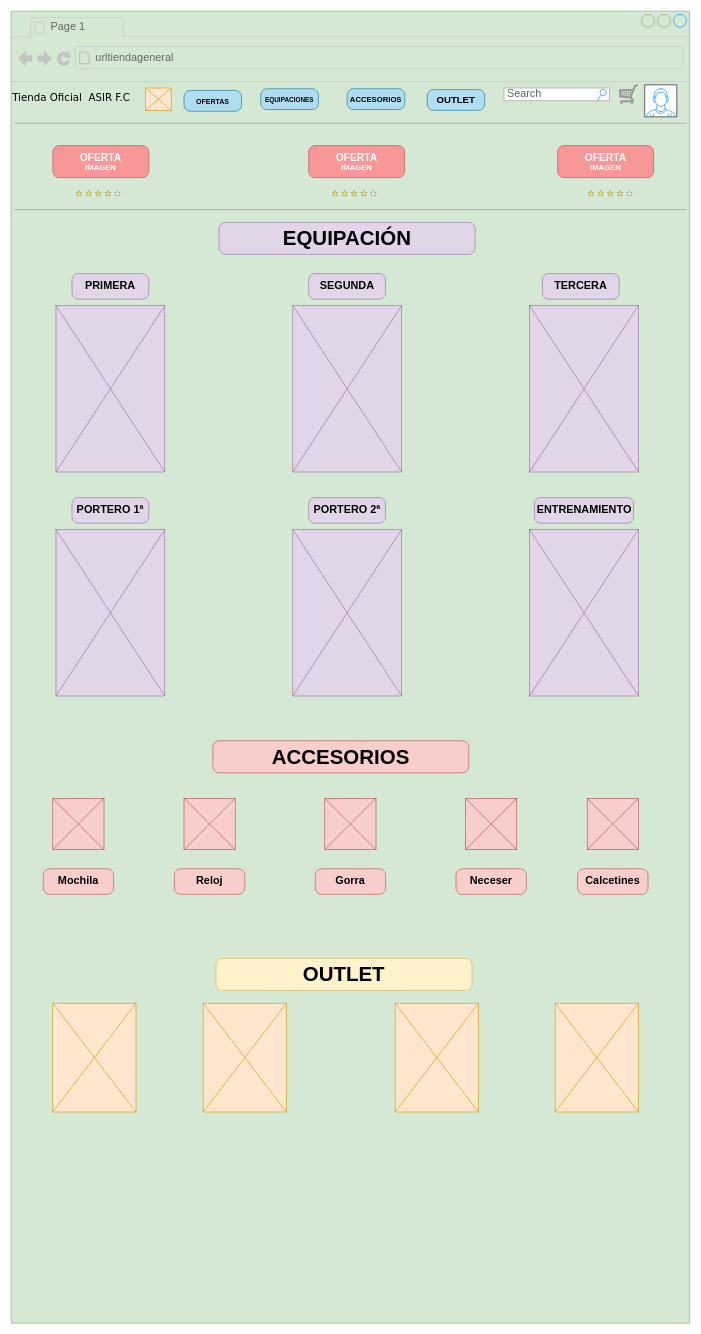
jaime37/DRAWS keeps this draw.io diagram as mockups.drawio. Above is the earlier version. Source tidied: cells renumbered, new cells numbered last; positions are measured from the earlier drawing's top-left corner, leaving out a move shared by most shapes. Both pictures are drawn from the tidied source at 64%, with x=0, y=0 at pixel (11, 11).
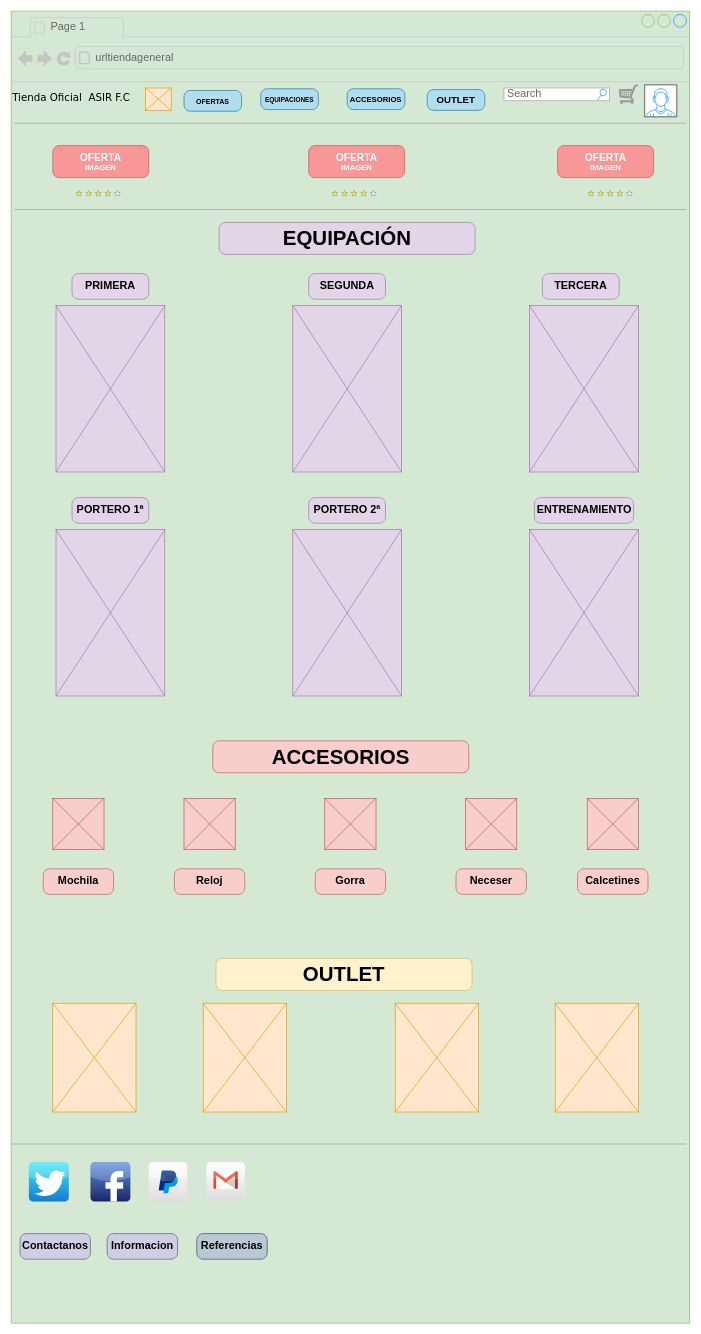
The same diagram, later.

The change refers to these unchanged cells:
```xml
<mxCell id="2" style="strokeWidth=1;shadow=0;dashed=0;align=center;html=1;shape=mxgraph.mockup.containers.browserWindow;rSize=0;mainText=,;rounded=0;labelBackgroundColor=none;fontFamily=Verdana;fontSize=12;fillColor=#d5e8d4;strokeColor=#82b366;" parent="1" vertex="1">
  <mxGeometry width="1060" height="2050" as="geometry" />
</mxCell>
```

Diff of the diagram source:
```diff
@@
+    <mxCell id="57" style="verticalLabelPosition=bottom;shadow=0;dashed=0;align=center;html=1;verticalAlign=top;strokeWidth=1;shape=mxgraph.mockup.markup.line;strokeColor=#999999;rounded=0;labelBackgroundColor=none;fillColor=#ffffff;fontFamily=Verdana;fontSize=12;fontColor=#000000;" parent="2" vertex="1">
+      <mxGeometry y="1760" width="1055" height="20" as="geometry" />
+    </mxCell>
+    <mxCell id="58" value="Contactanos" style="strokeWidth=1;shadow=0;dashed=0;align=center;html=1;shape=mxgraph.mockup.buttons.button;strokeColor=#56517e;mainText=;buttonStyle=round;fontSize=17;fontStyle=1;fillColor=#d0cee2;whiteSpace=wrap;" parent="2" vertex="1">
+      <mxGeometry x="13.8" y="1910" width="110" height="40" as="geometry" />
+    </mxCell>
+    <mxCell id="59" value="Informacion" style="strokeWidth=1;shadow=0;dashed=0;align=center;html=1;shape=mxgraph.mockup.buttons.button;strokeColor=#56517e;mainText=;buttonStyle=round;fontSize=17;fontStyle=1;fillColor=#d0cee2;whiteSpace=wrap;" parent="2" vertex="1">
+      <mxGeometry x="150" y="1910" width="110" height="40" as="geometry" />
+    </mxCell>
+    <mxCell id="60" value="Referencias" style="strokeWidth=1;shadow=0;dashed=0;align=center;html=1;shape=mxgraph.mockup.buttons.button;strokeColor=#23445d;mainText=;buttonStyle=round;fontSize=17;fontStyle=1;fillColor=#bac8d3;whiteSpace=wrap;" parent="2" vertex="1">
+      <mxGeometry x="290" y="1910" width="110" height="40" as="geometry" />
+    </mxCell>
+    <mxCell id="61" style="dashed=0;html=1;align=center;labelPosition=center;verticalLabelPosition=bottom;verticalAlign=top;shape=mxgraph.webicons.facebook;fillColor=#6294E4;gradientColor=#1A2665;fontSize=15;" parent="2" vertex="1">
+      <mxGeometry x="123.8" y="1798" width="62.4" height="62" as="geometry" />
+    </mxCell>
+    <mxCell id="62" style="dashed=0;html=1;align=center;labelPosition=center;verticalLabelPosition=bottom;verticalAlign=top;shape=mxgraph.webicons.gmail;gradientColor=#DFDEDE;fontSize=15;" parent="2" vertex="1">
+      <mxGeometry x="305" y="1798" width="60" height="60" as="geometry" />
+    </mxCell>
+    <mxCell id="63" style="dashed=0;html=1;align=center;labelPosition=center;verticalLabelPosition=bottom;verticalAlign=top;shape=mxgraph.webicons.paypal;gradientColor=#DFDEDE;fontSize=15;" parent="2" vertex="1">
+      <mxGeometry x="215" y="1798" width="60" height="62" as="geometry" />
+    </mxCell>
+    <mxCell id="64" style="dashed=0;html=1;align=center;labelPosition=center;verticalLabelPosition=bottom;verticalAlign=top;shape=mxgraph.webicons.twitter;fillColor=#49EAF7;gradientColor=#137BD0;fontSize=15;" parent="2" vertex="1">
+      <mxGeometry x="27.6" y="1798" width="62.4" height="62" as="geometry" />
+    </mxCell>
```
